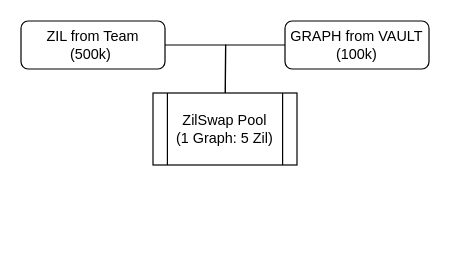
The draw.io diagram carbswapflow.drawio in Carbon-Labs/Diagrams, before the edit. Source tidied: cells renumbered, new cells numbered last; positions are measured from the earlier drawing's top-left corner, leaving out a move shared by most shapes. Both pictures are drawn from the tidied source at 120%, with x=0, y=0 at pixel (20, 20). Pictures stored in the file or linked from it are replaced by grey dashed boxes.
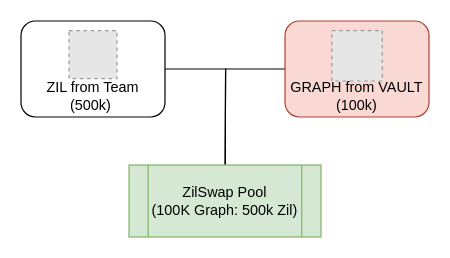
Above is the later version.

What changed in the source:
```diff
@@
 <mxGraphModel>
   <root>
     <mxCell id="0" />
     <mxCell id="1" parent="0" />
     <mxCell id="2" style="rounded=0;html=1;jettySize=auto;fontSize=11;endArrow=block;endFill=0;endSize=8;strokeWidth=1;shadow=0;labelBackgroundColor=none;edgeStyle=orthogonalEdgeStyle;" parent="1" edge="1" source="3">
       <mxGeometry relative="1" as="geometry">
-        <mxPoint x="170" y="110" as="targetPoint" />
+        <mxPoint x="170" y="150" as="targetPoint" />
       </mxGeometry>
     </mxCell>
-    <mxCell id="3" value="GRAPH from VAULT&lt;br&gt;(100k)" style="rounded=1;whiteSpace=wrap;html=1;fontSize=12;glass=0;strokeWidth=1;shadow=0;" parent="1" vertex="1">
-      <mxGeometry x="220" width="120" height="40" as="geometry" />
+    <mxCell id="3" value="GRAPH from VAULT&lt;br&gt;(100k)" style="rounded=1;whiteSpace=wrap;html=1;fontSize=12;glass=0;strokeWidth=1;shadow=0;verticalAlign=bottom;fillColor=#fad9d5;strokeColor=#ae4132;" parent="1" vertex="1">
+      <mxGeometry x="220" width="120" height="80" as="geometry" />
     </mxCell>
     <mxCell id="4" style="edgeStyle=orthogonalEdgeStyle;rounded=0;jettySize=auto;html=1;exitX=1;exitY=0.5;exitDx=0;exitDy=0;endArrow=block;endFill=0;endSize=8;entryX=0.5;entryY=0;entryDx=0;entryDy=0;" parent="1" edge="1" source="5">
       <mxGeometry relative="1" as="geometry">
-        <mxPoint x="170" y="110" as="targetPoint" />
+        <mxPoint x="170" y="150" as="targetPoint" />
       </mxGeometry>
     </mxCell>
-    <mxCell id="5" value="ZIL from Team&lt;br&gt;(500k)&amp;nbsp;" style="rounded=1;whiteSpace=wrap;html=1;fontSize=12;glass=0;strokeWidth=1;shadow=0;" parent="1" vertex="1">
-      <mxGeometry width="120" height="40" as="geometry" />
+    <mxCell id="5" value="ZIL from Team&lt;br&gt;(500k)&amp;nbsp;" style="rounded=1;whiteSpace=wrap;html=1;fontSize=12;glass=0;strokeWidth=1;shadow=0;verticalAlign=bottom;" parent="1" vertex="1">
+      <mxGeometry width="120" height="80" as="geometry" />
     </mxCell>
-    <mxCell id="6" value="ZilSwap Pool&lt;br&gt;(1 Graph: 5 Zil)" style="shape=process;whiteSpace=wrap;html=1;backgroundOutline=1;" parent="1" vertex="1">
-      <mxGeometry x="110" y="60" width="120" height="60" as="geometry" />
+    <mxCell id="6" value="ZilSwap Pool&lt;br&gt;(100K Graph: 500k Zil)" style="shape=process;whiteSpace=wrap;html=1;backgroundOutline=1;fillColor=#d5e8d4;strokeColor=#82b366;" parent="1" vertex="1">
+      <mxGeometry x="90" y="120" width="160" height="60" as="geometry" />
     </mxCell>
+    <mxCell id="7" style="fillColor=#E6E6E6;strokeColor=#999999;dashed=1;verticalLabelPosition=bottom;labelBackgroundColor=#ffffff;verticalAlign=top;" parent="1" vertex="1">
+      <mxGeometry x="259" y="8" width="42" height="42" as="geometry" />
+    </mxCell>
+    <mxCell id="8" style="fillColor=#E6E6E6;strokeColor=#999999;dashed=1;verticalLabelPosition=bottom;labelBackgroundColor=#ffffff;verticalAlign=top;" parent="1" vertex="1">
+      <mxGeometry x="40" y="8" width="40" height="40" as="geometry" />
+    </mxCell>
   </root>
 </mxGraphModel>
```
